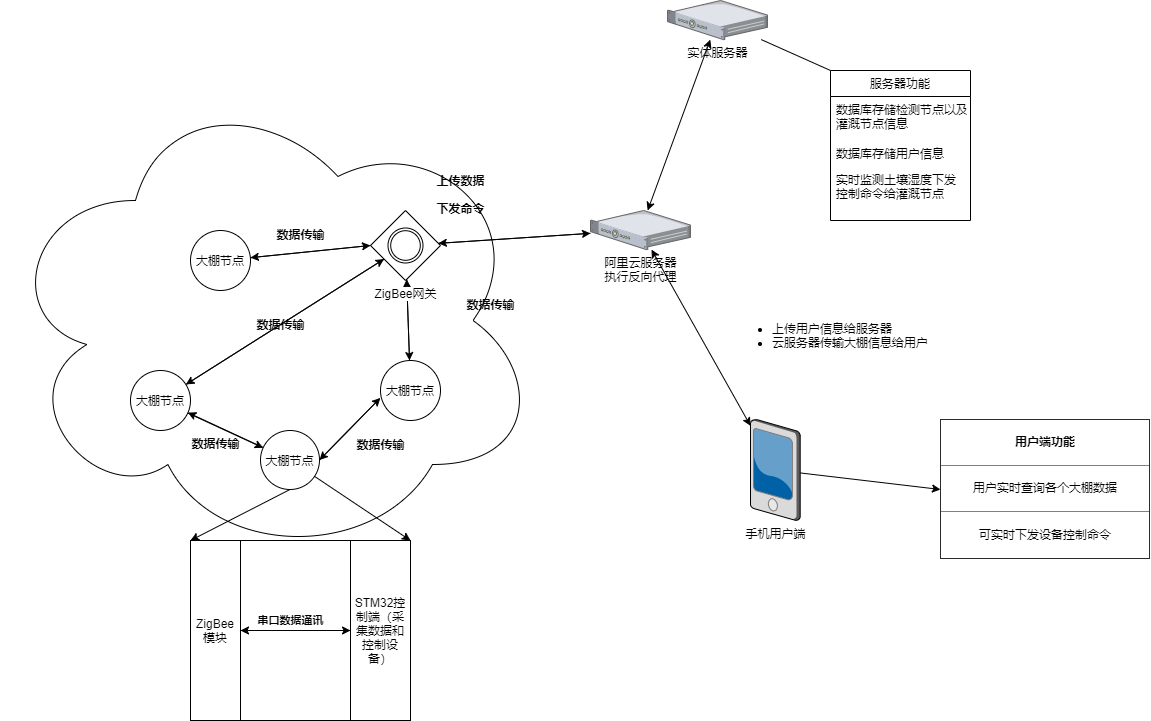
Before: 精准灌溉方框图.png, a diagram exported from draw.io (jiejiehuang113/Precise-irrigation). Source tidied: cells renumbered, new cells last; positions are measured from the earlier drawing's top-left corner, leaving out a move shared by most shapes.
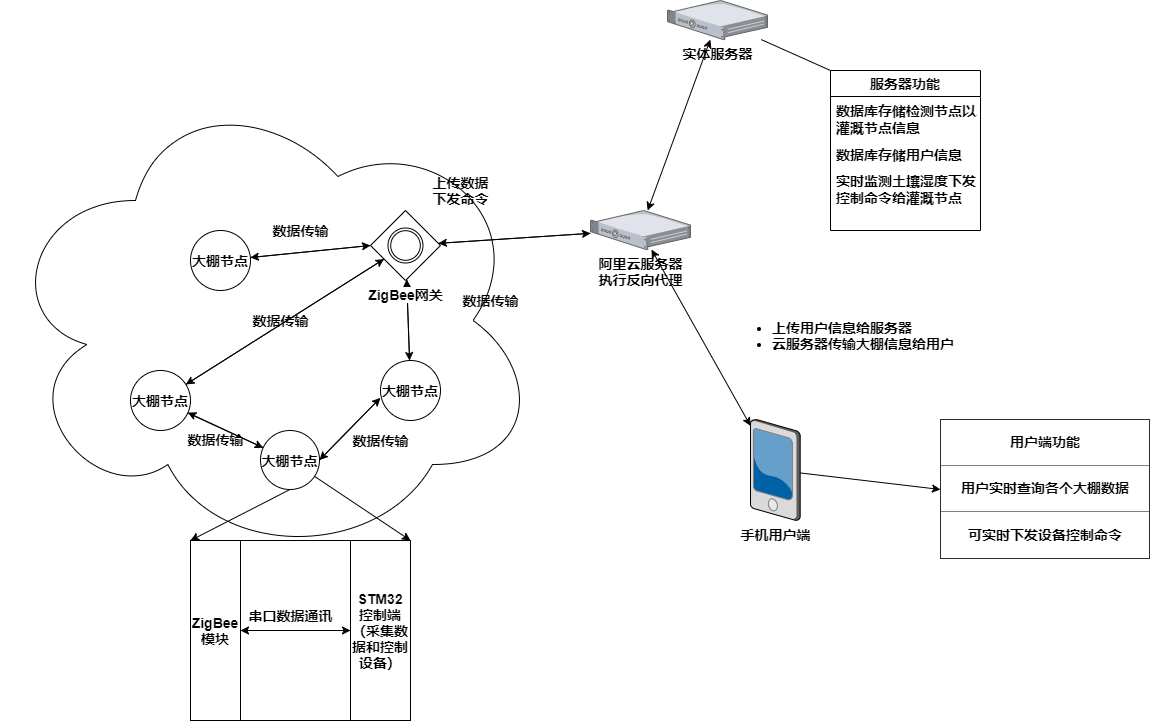
After the commit.

Commit message:
更新精准灌溉方框图.png

Diff of the diagram source:
```diff
@@ -2,130 +2,130 @@
   <root>
     <mxCell id="0" />
     <mxCell id="1" parent="0" />
-    <mxCell id="2" style="rounded=0;whiteSpace=wrap;html=1;fillColor=none;" parent="1" vertex="1">
+    <mxCell id="2" style="rounded=0;whiteSpace=wrap;html=1;fillColor=none;fontStyle=1;fontSize=14;" parent="1" vertex="1">
       <mxGeometry x="190" y="540" width="220" height="180" as="geometry" />
     </mxCell>
     <mxCell id="3" style="ellipse;shape=cloud;whiteSpace=wrap;html=1;gradientColor=#ffffff;shadow=0;sketch=0;fillColor=none;" parent="1" vertex="1">
       <mxGeometry y="80" width="540" height="480" as="geometry" />
     </mxCell>
-    <mxCell id="4" style="edgeStyle=none;rounded=0;jettySize=auto;html=1;" parent="1" edge="1" source="6" target="10">
+    <mxCell id="4" style="edgeStyle=none;rounded=0;jettySize=auto;html=1;fontStyle=1;fontSize=14;" parent="1" edge="1" source="6" target="10">
       <mxGeometry relative="1" as="geometry" />
     </mxCell>
-    <mxCell id="5" style="edgeStyle=none;rounded=0;jettySize=auto;html=1;" parent="1" edge="1" source="6" target="15">
+    <mxCell id="5" style="edgeStyle=none;rounded=0;jettySize=auto;html=1;fontStyle=1;fontSize=14;" parent="1" edge="1" source="6" target="15">
       <mxGeometry relative="1" as="geometry" />
     </mxCell>
-    <mxCell id="6" value="大棚节点" style="ellipse;whiteSpace=wrap;html=1;shadow=0;sketch=0;fillColor=none;gradientColor=#ffffff;" parent="1" vertex="1">
+    <mxCell id="6" value="大棚节点" style="ellipse;whiteSpace=wrap;html=1;shadow=0;sketch=0;fillColor=none;gradientColor=#ffffff;fontStyle=1;fontSize=14;" parent="1" vertex="1">
       <mxGeometry x="130" y="370" width="60" height="60" as="geometry" />
     </mxCell>
-    <mxCell id="7" style="edgeStyle=none;rounded=0;jettySize=auto;html=1;exitX=1;exitY=0.5;exitDx=0;exitDy=0;entryX=-0.002;entryY=0.624;entryDx=0;entryDy=0;entryPerimeter=0;" parent="1" edge="1" source="10" target="12">
+    <mxCell id="7" style="edgeStyle=none;rounded=0;jettySize=auto;html=1;exitX=1;exitY=0.5;exitDx=0;exitDy=0;entryX=-0.002;entryY=0.624;entryDx=0;entryDy=0;entryPerimeter=0;fontStyle=1;fontSize=14;" parent="1" edge="1" source="10" target="12">
       <mxGeometry relative="1" as="geometry" />
     </mxCell>
-    <mxCell id="8" style="rounded=0;jettySize=auto;html=1;exitX=0.5;exitY=1;exitDx=0;exitDy=0;entryX=0;entryY=0;entryDx=0;entryDy=0;" parent="1" edge="1" source="10" target="2">
+    <mxCell id="8" style="rounded=0;jettySize=auto;html=1;exitX=0.5;exitY=1;exitDx=0;exitDy=0;entryX=0;entryY=0;entryDx=0;entryDy=0;fontStyle=1;fontSize=14;" parent="1" edge="1" source="10" target="2">
       <mxGeometry relative="1" as="geometry" />
     </mxCell>
-    <mxCell id="9" style="edgeStyle=none;rounded=0;jettySize=auto;html=1;entryX=1;entryY=0;entryDx=0;entryDy=0;" parent="1" edge="1" source="10" target="2">
+    <mxCell id="9" style="edgeStyle=none;rounded=0;jettySize=auto;html=1;entryX=1;entryY=0;entryDx=0;entryDy=0;fontStyle=1;fontSize=14;" parent="1" edge="1" source="10" target="2">
       <mxGeometry relative="1" as="geometry" />
     </mxCell>
-    <mxCell id="10" value="大棚节点" style="ellipse;whiteSpace=wrap;html=1;shadow=0;sketch=0;fillColor=none;gradientColor=#ffffff;" parent="1" vertex="1">
+    <mxCell id="10" value="大棚节点" style="ellipse;whiteSpace=wrap;html=1;shadow=0;sketch=0;fillColor=none;gradientColor=#ffffff;fontStyle=1;fontSize=14;" parent="1" vertex="1">
       <mxGeometry x="260" y="430" width="59" height="59" as="geometry" />
     </mxCell>
-    <mxCell id="11" style="edgeStyle=none;rounded=0;jettySize=auto;html=1;" parent="1" edge="1" source="12" target="15">
+    <mxCell id="11" style="edgeStyle=none;rounded=0;jettySize=auto;html=1;fontStyle=1;fontSize=14;" parent="1" edge="1" source="12" target="15">
       <mxGeometry relative="1" as="geometry" />
     </mxCell>
-    <mxCell id="12" value="大棚节点" style="ellipse;whiteSpace=wrap;html=1;shadow=0;sketch=0;fillColor=none;gradientColor=#ffffff;" parent="1" vertex="1">
+    <mxCell id="12" value="大棚节点" style="ellipse;whiteSpace=wrap;html=1;shadow=0;sketch=0;fillColor=none;gradientColor=#ffffff;fontStyle=1;fontSize=14;" parent="1" vertex="1">
       <mxGeometry x="380" y="360" width="60" height="60" as="geometry" />
     </mxCell>
-    <mxCell id="13" style="edgeStyle=none;rounded=0;jettySize=auto;html=1;" parent="1" edge="1" source="15" target="12">
+    <mxCell id="13" style="edgeStyle=none;rounded=0;jettySize=auto;html=1;fontStyle=1;fontSize=14;" parent="1" edge="1" source="15" target="12">
       <mxGeometry relative="1" as="geometry" />
     </mxCell>
     <mxCell id="14" style="edgeStyle=none;rounded=0;jettySize=auto;html=1;" parent="1" edge="1" source="15" target="18">
       <mxGeometry relative="1" as="geometry" />
     </mxCell>
-    <mxCell id="15" value="ZigBee网关" style="shape=mxgraph.bpmn.shape;html=1;verticalLabelPosition=bottom;labelBackgroundColor=#ffffff;verticalAlign=top;align=center;perimeter=rhombusPerimeter;background=gateway;outlineConnect=0;outline=throwing;symbol=general;shadow=0;sketch=0;fillColor=none;gradientColor=#ffffff;" parent="1" vertex="1">
+    <mxCell id="15" value="&lt;span style=&quot;font-size: 14px;&quot;&gt;&lt;font style=&quot;font-size: 14px;&quot;&gt;ZigBee网关&lt;/font&gt;&lt;/span&gt;" style="shape=mxgraph.bpmn.shape;html=1;verticalLabelPosition=bottom;labelBackgroundColor=#ffffff;verticalAlign=top;align=center;perimeter=rhombusPerimeter;background=gateway;outlineConnect=0;outline=throwing;symbol=general;shadow=0;sketch=0;fillColor=none;gradientColor=#ffffff;fontStyle=1;fontSize=14;" parent="1" vertex="1">
       <mxGeometry x="370" y="210" width="70" height="70" as="geometry" />
     </mxCell>
-    <mxCell id="16" value="大棚节点" style="ellipse;whiteSpace=wrap;html=1;shadow=0;sketch=0;fillColor=none;gradientColor=#ffffff;" parent="1" vertex="1">
+    <mxCell id="16" value="大棚节点" style="ellipse;whiteSpace=wrap;html=1;shadow=0;sketch=0;fillColor=none;gradientColor=#ffffff;fontStyle=1;fontSize=14;" parent="1" vertex="1">
       <mxGeometry x="190" y="230" width="60" height="60" as="geometry" />
     </mxCell>
     <mxCell id="17" style="edgeStyle=none;rounded=0;jettySize=auto;html=1;" parent="1" edge="1" source="18" target="15">
       <mxGeometry relative="1" as="geometry" />
     </mxCell>
-    <mxCell id="18" value="阿里云服务器&lt;br&gt;执行反向代理" style="verticalLabelPosition=bottom;html=1;verticalAlign=top;strokeColor=none;align=center;outlineConnect=0;shape=mxgraph.citrix.1u_2u_server;shadow=0;sketch=0;fillColor=none;gradientColor=#ffffff;" parent="1" vertex="1">
+    <mxCell id="18" value="&lt;b&gt;&lt;font style=&quot;font-size: 14px&quot;&gt;阿里云服务器&lt;br&gt;执行反向代理&lt;/font&gt;&lt;/b&gt;" style="verticalLabelPosition=bottom;html=1;verticalAlign=top;strokeColor=none;align=center;outlineConnect=0;shape=mxgraph.citrix.1u_2u_server;shadow=0;sketch=0;fillColor=none;gradientColor=#ffffff;" parent="1" vertex="1">
       <mxGeometry x="590" y="210" width="100" height="39.1" as="geometry" />
     </mxCell>
     <mxCell id="19" style="edgeStyle=none;rounded=0;jettySize=auto;html=1;entryX=0;entryY=0.5;entryDx=0;entryDy=0;" parent="1" edge="1" source="20" target="27">
       <mxGeometry relative="1" as="geometry" />
     </mxCell>
-    <mxCell id="20" value="手机用户端" style="verticalLabelPosition=bottom;html=1;verticalAlign=top;strokeColor=none;align=center;outlineConnect=0;shape=mxgraph.citrix.pda;shadow=0;sketch=0;fillColor=none;gradientColor=#ffffff;rotation=0;" parent="1" vertex="1">
+    <mxCell id="20" value="&lt;font style=&quot;font-size: 14px&quot;&gt;&lt;b&gt;手机用户端&lt;/b&gt;&lt;/font&gt;" style="verticalLabelPosition=bottom;html=1;verticalAlign=top;strokeColor=none;align=center;outlineConnect=0;shape=mxgraph.citrix.pda;shadow=0;sketch=0;fillColor=none;gradientColor=#ffffff;rotation=0;" parent="1" vertex="1">
       <mxGeometry x="750" y="419" width="49.7" height="101" as="geometry" />
     </mxCell>
-    <mxCell id="21" value="&lt;font style=&quot;font-size: 12px&quot;&gt;上传数据&lt;br&gt;下发命令&lt;br&gt;&lt;/font&gt;" style="text;strokeColor=none;fillColor=none;html=1;fontSize=24;fontStyle=1;verticalAlign=middle;align=center;shadow=0;sketch=0;" parent="1" vertex="1">
+    <mxCell id="21" value="&lt;font style=&quot;font-size: 14px;&quot;&gt;上传数据&lt;br style=&quot;font-size: 14px;&quot;&gt;下发命令&lt;br style=&quot;font-size: 14px;&quot;&gt;&lt;/font&gt;" style="text;strokeColor=none;fillColor=none;html=1;fontSize=14;fontStyle=1;verticalAlign=middle;align=center;shadow=0;sketch=0;" parent="1" vertex="1">
       <mxGeometry x="410" y="170" width="100" height="40" as="geometry" />
     </mxCell>
-    <mxCell id="22" value="&lt;ul&gt;&lt;li&gt;上传用户信息给服务器&lt;/li&gt;&lt;li&gt;云服务器传输大棚信息给用户&lt;/li&gt;&lt;/ul&gt;" style="text;strokeColor=none;fillColor=none;html=1;whiteSpace=wrap;verticalAlign=middle;overflow=hidden;shadow=0;sketch=0;" parent="1" vertex="1">
+    <mxCell id="22" value="&lt;ul style=&quot;font-size: 14px&quot;&gt;&lt;li&gt;&lt;b&gt;上传用户信息给服务器&lt;/b&gt;&lt;/li&gt;&lt;li&gt;&lt;b&gt;云服务器传输大棚信息给用户&lt;/b&gt;&lt;/li&gt;&lt;/ul&gt;" style="text;strokeColor=none;fillColor=none;html=1;whiteSpace=wrap;verticalAlign=middle;overflow=hidden;shadow=0;sketch=0;" parent="1" vertex="1">
       <mxGeometry x="730" y="270" width="240" height="130" as="geometry" />
     </mxCell>
-    <mxCell id="23" value="服务器功能" style="swimlane;fontStyle=0;horizontal=1;startSize=26;fillColor=none;shadow=0;sketch=0;" parent="1" vertex="1">
-      <mxGeometry x="830" y="70" width="140" height="150" as="geometry" />
+    <mxCell id="23" value="服务器功能" style="swimlane;fontStyle=1;horizontal=1;startSize=26;fillColor=none;shadow=0;sketch=0;fontSize=14;" parent="1" vertex="1">
+      <mxGeometry x="830" y="70" width="150" height="160" as="geometry" />
     </mxCell>
-    <mxCell id="24" value="数据库存储检测节点以及&#10;灌溉节点信息" style="text;strokeColor=none;fillColor=none;align=left;verticalAlign=top;spacingLeft=4;spacingRight=4;overflow=hidden;" parent="23" vertex="1">
-      <mxGeometry y="26" width="140" height="44" as="geometry" />
+    <mxCell id="24" value="数据库存储检测节点以及&#10;灌溉节点信息" style="text;strokeColor=none;fillColor=none;align=left;verticalAlign=top;spacingLeft=4;spacingRight=4;overflow=hidden;fontSize=14;fontStyle=1;" parent="23" vertex="1">
+      <mxGeometry y="26" width="150" height="44" as="geometry" />
     </mxCell>
-    <mxCell id="25" value="数据库存储用户信息" style="text;strokeColor=none;fillColor=none;align=left;verticalAlign=top;spacingLeft=4;spacingRight=4;overflow=hidden;" parent="23" vertex="1">
-      <mxGeometry y="70" width="140" height="26" as="geometry" />
+    <mxCell id="25" value="数据库存储用户信息" style="text;strokeColor=none;fillColor=none;align=left;verticalAlign=top;spacingLeft=4;spacingRight=4;overflow=hidden;fontSize=14;fontStyle=1;" parent="23" vertex="1">
+      <mxGeometry y="70" width="150" height="26" as="geometry" />
     </mxCell>
-    <mxCell id="26" value="实时监测土壤湿度下发&#10;控制命令给灌溉节点" style="text;strokeColor=none;fillColor=none;align=left;verticalAlign=top;spacingLeft=4;spacingRight=4;overflow=hidden;" parent="23" vertex="1">
-      <mxGeometry y="96" width="140" height="54" as="geometry" />
+    <mxCell id="26" value="实时监测土壤湿度下发&#10;控制命令给灌溉节点" style="text;strokeColor=none;fillColor=none;align=left;verticalAlign=top;spacingLeft=4;spacingRight=4;overflow=hidden;fontSize=14;fontStyle=1;" parent="23" vertex="1">
+      <mxGeometry y="96" width="150" height="64" as="geometry" />
     </mxCell>
-    <mxCell id="27" value="&lt;table border=&quot;1&quot; width=&quot;100%&quot; cellpadding=&quot;4&quot; style=&quot;width: 100% ; height: 100% ; border-collapse: collapse&quot;&gt;&lt;tbody&gt;&lt;tr&gt;&lt;th align=&quot;center&quot;&gt;用户端功能&lt;br&gt;&lt;/th&gt;&lt;/tr&gt;&lt;tr&gt;&lt;td align=&quot;center&quot;&gt;用户实时查询各个大棚数据&lt;/td&gt;&lt;/tr&gt;&lt;tr&gt;&lt;td align=&quot;center&quot;&gt;可实时下发设备控制命令&lt;/td&gt;&lt;/tr&gt;&lt;/tbody&gt;&lt;/table&gt;" style="text;html=1;strokeColor=none;fillColor=none;overflow=fill;shadow=0;sketch=0;" parent="1" vertex="1">
+    <mxCell id="27" value="&lt;table border=&quot;1&quot; width=&quot;100%&quot; cellpadding=&quot;4&quot; style=&quot;width: 100%; height: 100%; border-collapse: collapse; font-size: 14px;&quot;&gt;&lt;tbody style=&quot;font-size: 14px;&quot;&gt;&lt;tr style=&quot;font-size: 14px;&quot;&gt;&lt;th align=&quot;center&quot; style=&quot;font-size: 14px;&quot;&gt;用户端功能&lt;br style=&quot;font-size: 14px;&quot;&gt;&lt;/th&gt;&lt;/tr&gt;&lt;tr style=&quot;font-size: 14px;&quot;&gt;&lt;td align=&quot;center&quot; style=&quot;font-size: 14px;&quot;&gt;用户实时查询各个大棚数据&lt;/td&gt;&lt;/tr&gt;&lt;tr style=&quot;font-size: 14px;&quot;&gt;&lt;td align=&quot;center&quot; style=&quot;font-size: 14px;&quot;&gt;可实时下发设备控制命令&lt;/td&gt;&lt;/tr&gt;&lt;/tbody&gt;&lt;/table&gt;" style="text;html=1;strokeColor=none;fillColor=none;overflow=fill;shadow=0;sketch=0;fontStyle=1;fontSize=14;" parent="1" vertex="1">
       <mxGeometry x="940" y="419" width="210" height="140" as="geometry" />
     </mxCell>
-    <mxCell id="28" style="edgeStyle=none;rounded=0;jettySize=auto;html=1;" parent="1" edge="1" source="29" target="31">
+    <mxCell id="28" style="edgeStyle=none;rounded=0;jettySize=auto;html=1;fontStyle=1;fontSize=14;" parent="1" edge="1" source="29" target="31">
       <mxGeometry relative="1" as="geometry" />
     </mxCell>
-    <mxCell id="29" value="ZigBee模块" style="rounded=0;whiteSpace=wrap;html=1;fillColor=none;" parent="1" vertex="1">
+    <mxCell id="29" value="ZigBee模块" style="rounded=0;whiteSpace=wrap;html=1;fillColor=none;fontStyle=1;fontSize=14;" parent="1" vertex="1">
       <mxGeometry x="190" y="540" width="50" height="180" as="geometry" />
     </mxCell>
-    <mxCell id="30" style="edgeStyle=none;rounded=0;jettySize=auto;html=1;entryX=1;entryY=0.5;entryDx=0;entryDy=0;" parent="1" edge="1" source="31" target="29">
+    <mxCell id="30" style="edgeStyle=none;rounded=0;jettySize=auto;html=1;entryX=1;entryY=0.5;entryDx=0;entryDy=0;fontStyle=1;fontSize=14;" parent="1" edge="1" source="31" target="29">
       <mxGeometry relative="1" as="geometry" />
     </mxCell>
-    <mxCell id="31" value="STM32控制端（采集数据和控制设备）" style="rounded=0;whiteSpace=wrap;html=1;fillColor=none;" parent="1" vertex="1">
+    <mxCell id="31" value="STM32控制端（采集数据和控制设备）" style="rounded=0;whiteSpace=wrap;html=1;fillColor=none;fontStyle=1;fontSize=14;" parent="1" vertex="1">
       <mxGeometry x="350" y="540" width="60" height="180" as="geometry" />
     </mxCell>
-    <mxCell id="32" value="&lt;span style=&quot;font-size: 11px&quot;&gt;串口数据通讯&lt;/span&gt;" style="text;strokeColor=none;fillColor=none;html=1;fontSize=24;fontStyle=1;verticalAlign=middle;align=center;" parent="1" vertex="1">
+    <mxCell id="32" value="&lt;span style=&quot;font-size: 14px;&quot;&gt;串口数据通讯&lt;/span&gt;" style="text;strokeColor=none;fillColor=none;html=1;fontSize=14;fontStyle=1;verticalAlign=middle;align=center;" parent="1" vertex="1">
       <mxGeometry x="265" y="600" width="50" height="30" as="geometry" />
     </mxCell>
-    <mxCell id="33" value="实体服务器" style="verticalLabelPosition=bottom;html=1;verticalAlign=top;strokeColor=none;align=center;outlineConnect=0;shape=mxgraph.citrix.1u_2u_server;shadow=0;sketch=0;fillColor=none;gradientColor=#ffffff;" parent="1" vertex="1">
+    <mxCell id="33" value="&lt;b&gt;&lt;font style=&quot;font-size: 14px&quot;&gt;实体服务器&lt;/font&gt;&lt;/b&gt;" style="verticalLabelPosition=bottom;html=1;verticalAlign=top;strokeColor=none;align=center;outlineConnect=0;shape=mxgraph.citrix.1u_2u_server;shadow=0;sketch=0;fillColor=none;gradientColor=#ffffff;" parent="1" vertex="1">
       <mxGeometry x="667" width="100" height="39.1" as="geometry" />
     </mxCell>
-    <mxCell id="34" value="&lt;span style=&quot;font-size: 12px&quot;&gt;数据传输&lt;br&gt;&lt;/span&gt;" style="text;strokeColor=none;fillColor=none;html=1;fontSize=24;fontStyle=1;verticalAlign=middle;align=center;shadow=0;sketch=0;" parent="1" vertex="1">
+    <mxCell id="34" value="&lt;span style=&quot;font-size: 14px;&quot;&gt;数据传输&lt;br style=&quot;font-size: 14px;&quot;&gt;&lt;/span&gt;" style="text;strokeColor=none;fillColor=none;html=1;fontSize=14;fontStyle=1;verticalAlign=middle;align=center;shadow=0;sketch=0;" parent="1" vertex="1">
       <mxGeometry x="230" y="300" width="100" height="40" as="geometry" />
     </mxCell>
-    <mxCell id="35" style="edgeStyle=none;rounded=0;jettySize=auto;html=1;entryX=0;entryY=0.5;entryDx=0;entryDy=0;" parent="1" edge="1" source="16" target="15">
+    <mxCell id="35" style="edgeStyle=none;rounded=0;jettySize=auto;html=1;entryX=0;entryY=0.5;entryDx=0;entryDy=0;fontStyle=1;fontSize=14;" parent="1" edge="1" source="16" target="15">
       <mxGeometry relative="1" as="geometry" />
     </mxCell>
-    <mxCell id="36" value="&lt;span style=&quot;font-size: 12px&quot;&gt;数据传输&lt;br&gt;&lt;/span&gt;" style="text;strokeColor=none;fillColor=none;html=1;fontSize=24;fontStyle=1;verticalAlign=middle;align=center;shadow=0;sketch=0;" parent="1" vertex="1">
+    <mxCell id="36" value="&lt;span style=&quot;font-size: 14px;&quot;&gt;数据传输&lt;br style=&quot;font-size: 14px;&quot;&gt;&lt;/span&gt;" style="text;strokeColor=none;fillColor=none;html=1;fontSize=14;fontStyle=1;verticalAlign=middle;align=center;shadow=0;sketch=0;" parent="1" vertex="1">
       <mxGeometry x="440" y="280" width="100" height="40" as="geometry" />
     </mxCell>
-    <mxCell id="37" value="&lt;span style=&quot;font-size: 12px&quot;&gt;数据传输&lt;br&gt;&lt;/span&gt;" style="text;strokeColor=none;fillColor=none;html=1;fontSize=24;fontStyle=1;verticalAlign=middle;align=center;shadow=0;sketch=0;" parent="1" vertex="1">
+    <mxCell id="37" value="&lt;span style=&quot;font-size: 14px;&quot;&gt;数据传输&lt;br style=&quot;font-size: 14px;&quot;&gt;&lt;/span&gt;" style="text;strokeColor=none;fillColor=none;html=1;fontSize=14;fontStyle=1;verticalAlign=middle;align=center;shadow=0;sketch=0;" parent="1" vertex="1">
       <mxGeometry x="250" y="210" width="100" height="40" as="geometry" />
     </mxCell>
-    <mxCell id="38" value="&lt;span style=&quot;font-size: 12px&quot;&gt;数据传输&lt;br&gt;&lt;/span&gt;" style="text;strokeColor=none;fillColor=none;html=1;fontSize=24;fontStyle=1;verticalAlign=middle;align=center;shadow=0;sketch=0;" parent="1" vertex="1">
+    <mxCell id="38" value="&lt;span style=&quot;font-size: 14px;&quot;&gt;数据传输&lt;br style=&quot;font-size: 14px;&quot;&gt;&lt;/span&gt;" style="text;strokeColor=none;fillColor=none;html=1;fontSize=14;fontStyle=1;verticalAlign=middle;align=center;shadow=0;sketch=0;" parent="1" vertex="1">
       <mxGeometry x="165" y="419" width="100" height="40" as="geometry" />
     </mxCell>
-    <mxCell id="39" value="&lt;span style=&quot;font-size: 12px&quot;&gt;数据传输&lt;br&gt;&lt;/span&gt;" style="text;strokeColor=none;fillColor=none;html=1;fontSize=24;fontStyle=1;verticalAlign=middle;align=center;shadow=0;sketch=0;" parent="1" vertex="1">
+    <mxCell id="39" value="&lt;span style=&quot;font-size: 14px;&quot;&gt;数据传输&lt;br style=&quot;font-size: 14px;&quot;&gt;&lt;/span&gt;" style="text;strokeColor=none;fillColor=none;html=1;fontSize=14;fontStyle=1;verticalAlign=middle;align=center;shadow=0;sketch=0;" parent="1" vertex="1">
       <mxGeometry x="330" y="420" width="100" height="40" as="geometry" />
     </mxCell>
-    <mxCell id="40" style="edgeStyle=none;rounded=0;jettySize=auto;html=1;exitX=0;exitY=0.5;exitDx=0;exitDy=0;" parent="1" edge="1" source="15" target="16">
+    <mxCell id="40" style="edgeStyle=none;rounded=0;jettySize=auto;html=1;exitX=0;exitY=0.5;exitDx=0;exitDy=0;fontStyle=1;fontSize=14;" parent="1" edge="1" source="15" target="16">
       <mxGeometry relative="1" as="geometry" />
     </mxCell>
-    <mxCell id="41" style="edgeStyle=none;rounded=0;jettySize=auto;html=1;" parent="1" edge="1" source="15" target="6">
+    <mxCell id="41" style="edgeStyle=none;rounded=0;jettySize=auto;html=1;fontStyle=1;fontSize=14;" parent="1" edge="1" source="15" target="6">
       <mxGeometry relative="1" as="geometry" />
     </mxCell>
-    <mxCell id="42" style="edgeStyle=none;rounded=0;jettySize=auto;html=1;entryX=0.955;entryY=0.701;entryDx=0;entryDy=0;entryPerimeter=0;" parent="1" edge="1" source="10" target="6">
+    <mxCell id="42" style="edgeStyle=none;rounded=0;jettySize=auto;html=1;entryX=0.955;entryY=0.701;entryDx=0;entryDy=0;entryPerimeter=0;fontStyle=1;fontSize=14;" parent="1" edge="1" source="10" target="6">
       <mxGeometry relative="1" as="geometry" />
     </mxCell>
-    <mxCell id="43" style="edgeStyle=none;rounded=0;jettySize=auto;html=1;exitX=-0.017;exitY=0.636;exitDx=0;exitDy=0;entryX=1;entryY=0.5;entryDx=0;entryDy=0;exitPerimeter=0;" parent="1" edge="1" source="12" target="10">
+    <mxCell id="43" style="edgeStyle=none;rounded=0;jettySize=auto;html=1;exitX=-0.017;exitY=0.636;exitDx=0;exitDy=0;entryX=1;entryY=0.5;entryDx=0;entryDy=0;exitPerimeter=0;fontStyle=1;fontSize=14;" parent="1" edge="1" source="12" target="10">
       <mxGeometry relative="1" as="geometry" />
     </mxCell>
     <mxCell id="44" style="endArrow=classic;startArrow=classic;html=1;" parent="1" edge="1" source="33" target="18">
```
